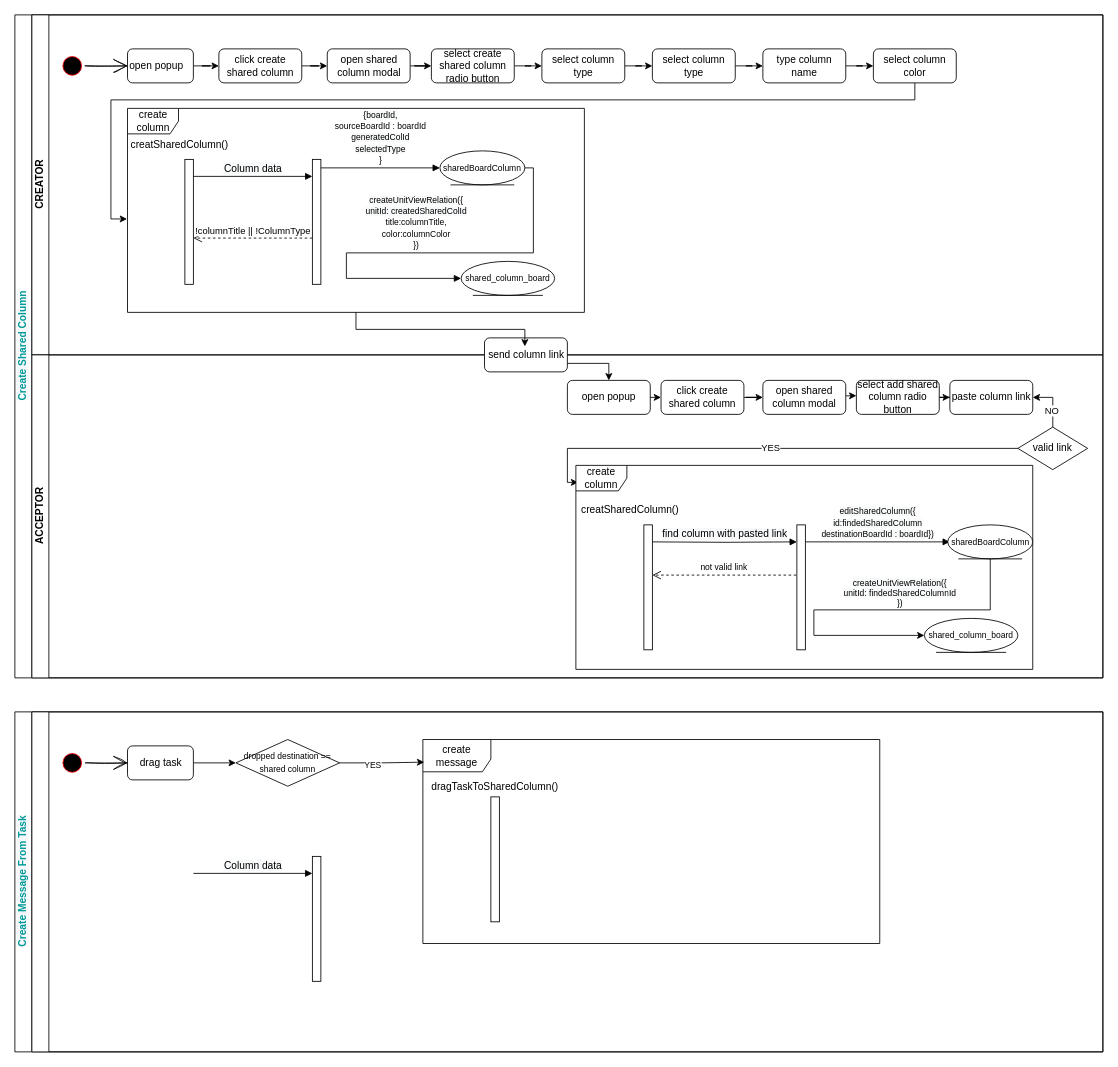
Before: page "SHARED COLUMN" (3 of 3) of Untitled Diagram.drawio in Straider71/test, a draw.io diagram. Source tidied: cells renumbered, new cells numbered last; positions are measured from the earlier drawing's top-left corner, leaving out a move shared by most shapes. Both pictures are drawn from the tidied source at 85%, with x=0, y=0 at pixel (14, 14).
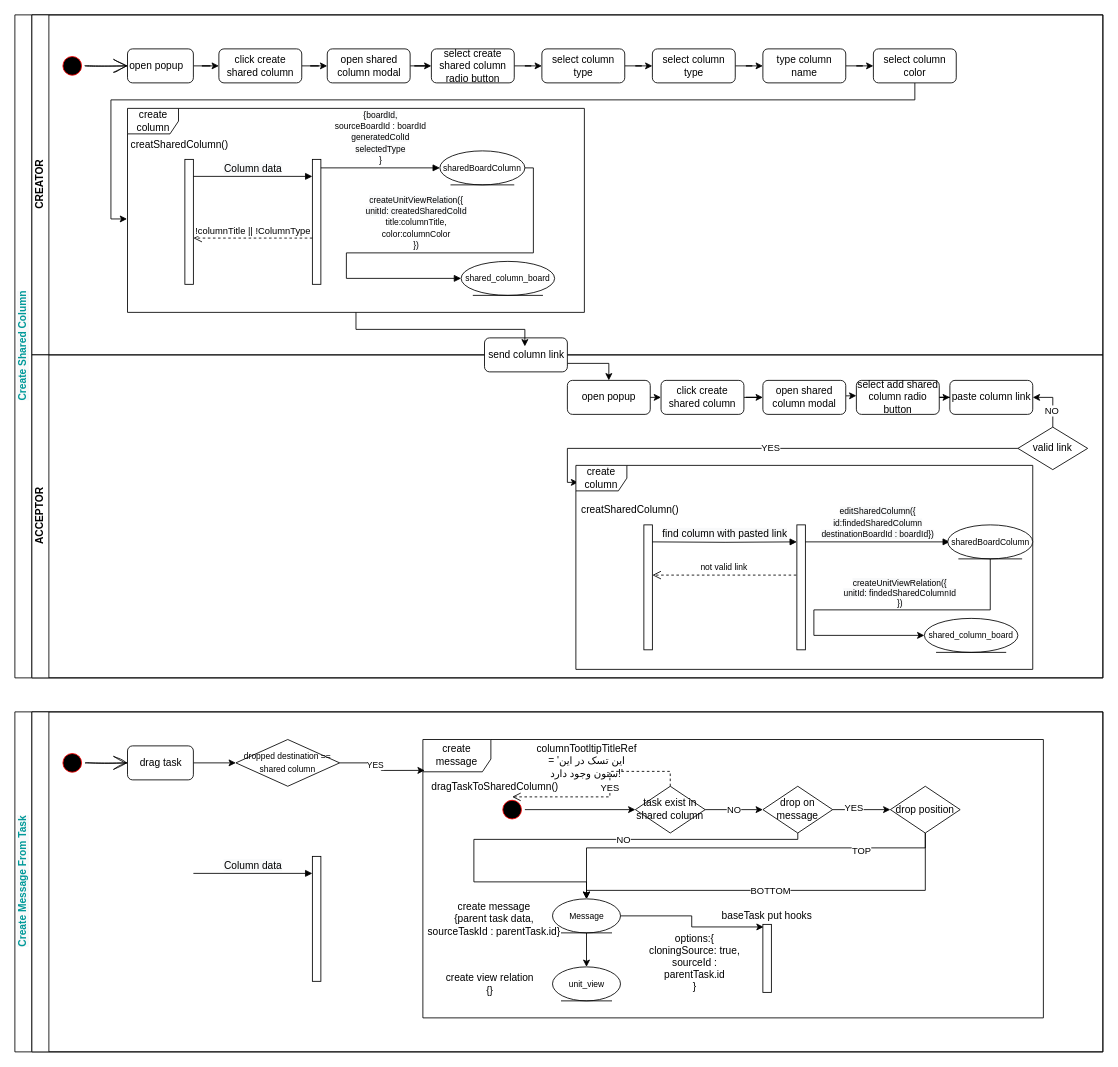
The same page after the edit.

The change refers to these unchanged cells:
```xml
<mxCell id="60" style="swimlane;html=1;startSize=20;horizontal=0;" parent="59" vertex="1">
  <mxGeometry x="20" width="1260" height="400" as="geometry" />
</mxCell>
```

Diff of the diagram source:
```diff
@@
     <mxCell id="65" value="create message" style="shape=umlFrame;whiteSpace=wrap;html=1;width=80;height=38;" parent="60" vertex="1">
-      <mxGeometry x="460" y="32.5" width="537.5" height="240" as="geometry" />
+      <mxGeometry x="460" y="32.5" width="730" height="327.5" as="geometry" />
     </mxCell>
-    <mxCell id="66" style="html=1;perimeter=orthogonalPerimeter;" parent="60" vertex="1">
-      <mxGeometry x="540" y="100" width="10" height="147" as="geometry" />
-    </mxCell>
@@
+    <mxCell id="73" style="edgeStyle=orthogonalEdgeStyle;rounded=0;jettySize=auto;html=1;entryX=0;entryY=0.5;entryDx=0;entryDy=0;" parent="60" edge="1" source="74" target="76">
+      <mxGeometry relative="1" as="geometry" />
+    </mxCell>
+    <mxCell id="74" style="ellipse;html=1;shape=startState;fillColor=#000000;strokeColor=#ff0000;" parent="60" vertex="1">
+      <mxGeometry x="550" y="100" width="30" height="30" as="geometry" />
+    </mxCell>
+    <mxCell id="75" value="NO" style="edgeStyle=orthogonalEdgeStyle;rounded=0;jettySize=auto;html=1;" parent="60" edge="1" source="76" target="83">
+      <mxGeometry relative="1" as="geometry" />
+    </mxCell>
+    <mxCell id="76" value="&lt;font face=&quot;Helvetica&quot;&gt;task exist in shared column&lt;/font&gt;" style="rhombus;whiteSpace=wrap;html=1;rounded=0;sketch=0;hachureGap=4;fontFamily=Architects Daughter;fontSize=12;" parent="60" vertex="1">
+      <mxGeometry x="710" y="87.5" width="82.1" height="55" as="geometry" />
+    </mxCell>
+    <mxCell id="77" value="YES" style="html=1;verticalAlign=bottom;endArrow=open;dashed=1;endSize=8;rounded=0;exitX=0.5;exitY=0;exitDx=0;exitDy=0;entryX=0.5;entryY=0;entryDx=0;entryDy=0;" parent="60" edge="1" source="76" target="74">
+      <mxGeometry relative="1" as="geometry">
+        <Array as="points">
+          <mxPoint x="751" y="70" />
+          <mxPoint x="680" y="70" />
+          <mxPoint x="680" y="100" />
+        </Array>
+      </mxGeometry>
+    </mxCell>
+    <mxCell id="78" value="columnTootltipTitleRef =&amp;nbsp;'این تسک در این ستون وجود دارد!'" style="text;html=1;strokeColor=none;fillColor=none;align=center;verticalAlign=middle;whiteSpace=wrap;rounded=0;" parent="60" vertex="1">
+      <mxGeometry x="598.8" y="45" width="107.5" height="25" as="geometry" />
+    </mxCell>
+    <mxCell id="79" style="edgeStyle=orthogonalEdgeStyle;rounded=0;jettySize=auto;html=1;" parent="60" edge="1" source="83" target="88">
+      <mxGeometry relative="1" as="geometry" />
+    </mxCell>
+    <mxCell id="80" value="YES" style="edgeLabel;html=1;align=center;verticalAlign=middle;" parent="79" vertex="1">
+      <mxGeometry x="-0.28" y="3" relative="1" as="geometry" />
+    </mxCell>
+    <mxCell id="81" style="edgeStyle=orthogonalEdgeStyle;rounded=0;jettySize=auto;html=1;entryX=0.5;entryY=0;entryDx=0;entryDy=0;" parent="60" edge="1" source="83" target="91">
+      <mxGeometry relative="1" as="geometry">
+        <Array as="points">
+          <mxPoint x="901" y="150" />
+          <mxPoint x="520" y="150" />
+          <mxPoint x="520" y="200" />
+          <mxPoint x="653" y="200" />
+        </Array>
+      </mxGeometry>
+    </mxCell>
+    <mxCell id="82" value="NO" style="edgeLabel;html=1;align=center;verticalAlign=middle;" parent="81" vertex="1">
+      <mxGeometry x="-0.28" relative="1" as="geometry" />
+    </mxCell>
+    <mxCell id="83" value="&lt;font face=&quot;Helvetica&quot;&gt;drop on message&lt;/font&gt;" style="rhombus;whiteSpace=wrap;html=1;rounded=0;sketch=0;hachureGap=4;fontFamily=Architects Daughter;fontSize=12;" parent="60" vertex="1">
+      <mxGeometry x="860" y="87.5" width="82.1" height="55" as="geometry" />
+    </mxCell>
+    <mxCell id="84" style="edgeStyle=orthogonalEdgeStyle;rounded=0;jettySize=auto;html=1;entryX=0.5;entryY=0;entryDx=0;entryDy=0;" parent="60" edge="1" source="88" target="91">
+      <mxGeometry relative="1" as="geometry">
+        <Array as="points">
+          <mxPoint x="1051" y="160" />
+          <mxPoint x="653" y="160" />
+        </Array>
+      </mxGeometry>
+    </mxCell>
+    <mxCell id="85" value="TOP" style="edgeLabel;html=1;align=center;verticalAlign=middle;" parent="84" vertex="1">
+      <mxGeometry x="-0.61" y="3" relative="1" as="geometry" />
+    </mxCell>
+    <mxCell id="86" style="edgeStyle=orthogonalEdgeStyle;rounded=0;jettySize=auto;html=1;entryX=0.5;entryY=0;entryDx=0;entryDy=0;" parent="60" edge="1" source="88" target="91">
+      <mxGeometry relative="1" as="geometry">
+        <Array as="points">
+          <mxPoint x="1051" y="210" />
+          <mxPoint x="653" y="210" />
+        </Array>
+      </mxGeometry>
+    </mxCell>
+    <mxCell id="87" value="BOTTOM" style="edgeLabel;html=1;align=center;verticalAlign=middle;" parent="86" vertex="1">
+      <mxGeometry x="0.05" relative="1" as="geometry" />
+    </mxCell>
+    <mxCell id="88" value="&lt;font face=&quot;Helvetica&quot;&gt;drop position&lt;/font&gt;" style="rhombus;whiteSpace=wrap;html=1;rounded=0;sketch=0;hachureGap=4;fontFamily=Architects Daughter;fontSize=12;" parent="60" vertex="1">
+      <mxGeometry x="1010" y="87.5" width="82.1" height="55" as="geometry" />
+    </mxCell>
+    <mxCell id="89" style="edgeStyle=orthogonalEdgeStyle;rounded=0;jettySize=auto;html=1;entryX=0.5;entryY=0;entryDx=0;entryDy=0;" parent="60" edge="1" source="91" target="93">
+      <mxGeometry relative="1" as="geometry" />
+    </mxCell>
+    <mxCell id="90" style="edgeStyle=orthogonalEdgeStyle;rounded=0;jettySize=auto;html=1;entryX=0.087;entryY=0.038;entryDx=0;entryDy=0;entryPerimeter=0;" parent="60" edge="1" source="91" target="95">
+      <mxGeometry relative="1" as="geometry" />
+    </mxCell>
+    <mxCell id="91" value="&lt;font style=&quot;font-size: 10px&quot;&gt;Message&lt;/font&gt;" style="ellipse;shape=umlEntity;whiteSpace=wrap;html=1;" parent="60" vertex="1">
+      <mxGeometry x="612.5" y="220" width="80" height="40" as="geometry" />
+    </mxCell>
+    <mxCell id="92" value="create message&lt;br&gt;{parent task data,&lt;br&gt;sourceTaskId : parentTask.id}" style="text;html=1;strokeColor=none;fillColor=none;align=center;verticalAlign=middle;whiteSpace=wrap;rounded=0;" parent="60" vertex="1">
+      <mxGeometry x="460" y="231" width="167.5" height="25" as="geometry" />
+    </mxCell>
+    <mxCell id="93" value="&lt;span style=&quot;font-size: 10px&quot;&gt;unit_view&lt;/span&gt;" style="ellipse;shape=umlEntity;whiteSpace=wrap;html=1;" parent="60" vertex="1">
+      <mxGeometry x="612.5" y="300" width="80" height="40" as="geometry" />
+    </mxCell>
+    <mxCell id="94" value="create view relation&lt;br&gt;{}" style="text;html=1;strokeColor=none;fillColor=none;align=center;verticalAlign=middle;whiteSpace=wrap;rounded=0;" parent="60" vertex="1">
+      <mxGeometry x="478.8" y="307.5" width="120" height="25" as="geometry" />
+    </mxCell>
+    <mxCell id="95" style="html=1;points=[];perimeter=orthogonalPerimeter;" parent="60" vertex="1">
+      <mxGeometry x="860" y="250" width="10" height="80" as="geometry" />
+    </mxCell>
+    <mxCell id="96" value="options:{&lt;br&gt;cloningSource: true,&lt;br&gt;sourceId : parentTask.id&lt;br&gt;}" style="text;html=1;strokeColor=none;fillColor=none;align=center;verticalAlign=middle;whiteSpace=wrap;rounded=0;" parent="60" vertex="1">
+      <mxGeometry x="720" y="282.5" width="120" height="25" as="geometry" />
+    </mxCell>
+    <mxCell id="97" value="baseTask put hooks" style="text;html=1;strokeColor=none;fillColor=none;align=center;verticalAlign=middle;whiteSpace=wrap;rounded=0;" parent="60" vertex="1">
+      <mxGeometry x="805" y="227.5" width="120" height="25" as="geometry" />
+    </mxCell>
```
